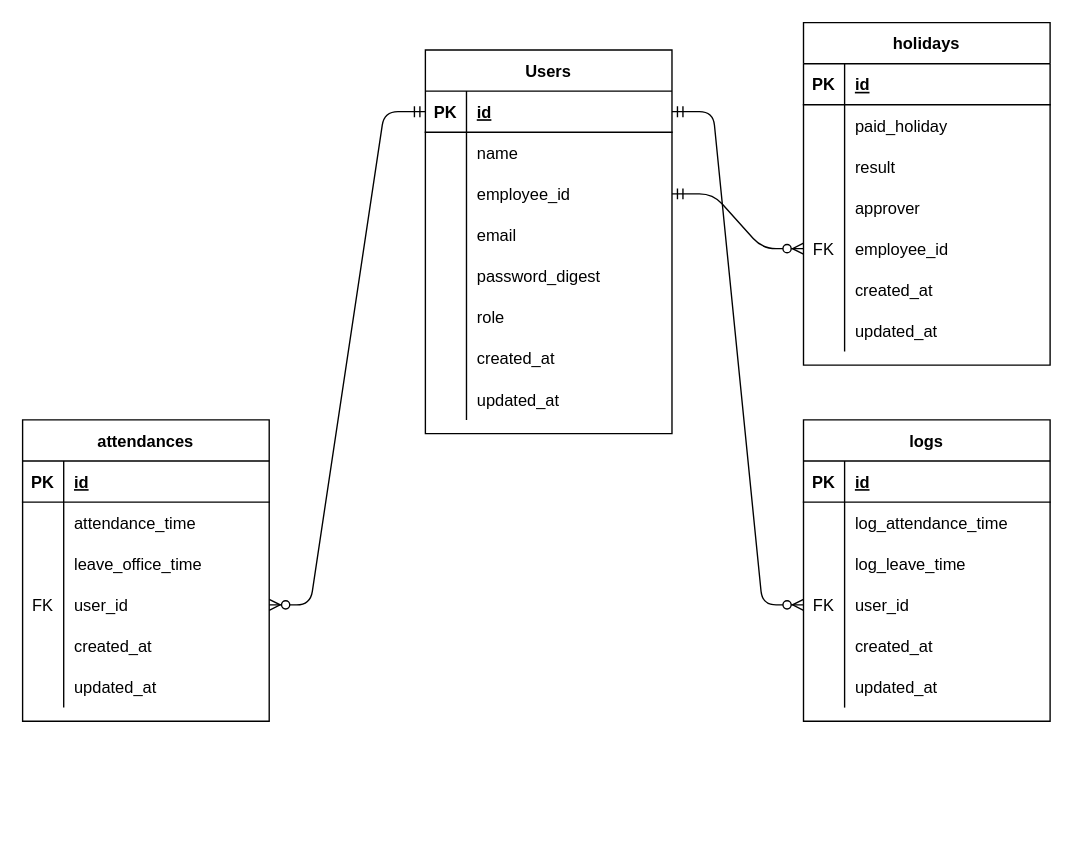
The draw.io diagram ER.drawio in ushimedia/catalog_task_2, before the edit. Source tidied: cells renumbered, new cells numbered last; positions are measured from the earlier drawing's top-left corner, leaving out a move shared by most shapes. Both pictures are drawn from the tidied source at 137%, with x=0, y=0 at pixel (22, 22).
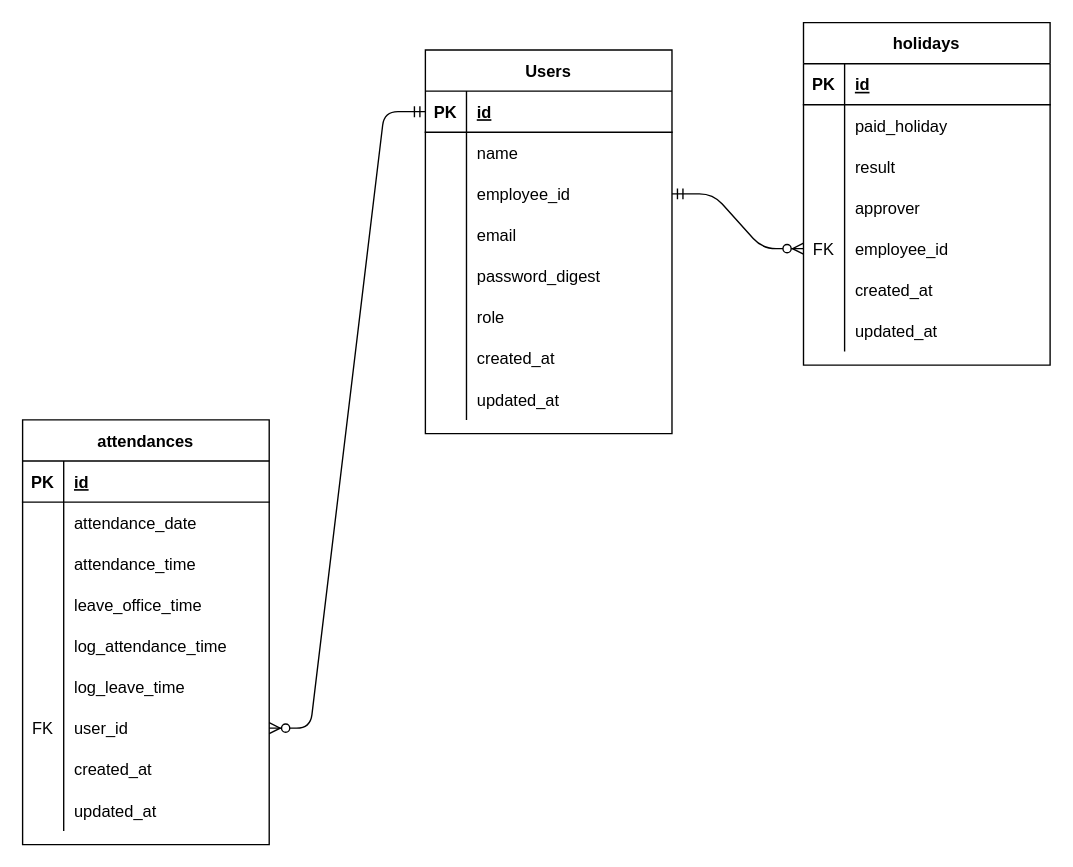
The same page after the edit.

The change refers to these unchanged cells:
```xml
<mxCell id="25" style="shape=partialRectangle;fillColor=none;top=0;left=0;bottom=0;right=0;" parent="21" vertex="1">
  <mxGeometry y="60" width="180" height="30" as="geometry" />
</mxCell>
<mxCell id="41" style="shape=partialRectangle;fillColor=none;top=0;left=0;bottom=1;right=0;points=[[0,0.5],[1,0.5]];portConstraint=eastwest;" parent="40" vertex="1">
  <mxGeometry y="30" width="180" height="30" as="geometry" />
</mxCell>
```

Change to the diagram source:
```diff
@@
-    <mxCell id="2" value="logs" style="shape=table;startSize=30;childLayout=tableLayout;rowLines=0;fontStyle=1;align=center;" parent="1" vertex="1">
-      <mxGeometry x="570" y="290" width="180" height="220" as="geometry" />
-    </mxCell>
-    <mxCell id="3" style="shape=partialRectangle;fillColor=none;top=0;left=0;bottom=1;right=0;" parent="2" vertex="1">
-      <mxGeometry y="30" width="180" height="30" as="geometry" />
-    </mxCell>
-    <mxCell id="4" value="PK" style="shape=partialRectangle;fillColor=none;top=0;left=0;bottom=0;right=0;fontStyle=1;overflow=hidden;" parent="3" vertex="1">
-      <mxGeometry width="30" height="30" as="geometry" />
-    </mxCell>
-    <mxCell id="5" value="id" style="shape=partialRectangle;fillColor=none;top=0;left=0;bottom=0;right=0;align=left;spacingLeft=6;fontStyle=5;overflow=hidden;" parent="3" vertex="1">
-      <mxGeometry x="30" width="150" height="30" as="geometry" />
-    </mxCell>
-    <mxCell id="6" style="shape=partialRectangle;fillColor=none;top=0;left=0;bottom=0;right=0;" parent="2" vertex="1">
-      <mxGeometry y="60" width="180" height="30" as="geometry" />
-    </mxCell>
-    <mxCell id="7" style="shape=partialRectangle;fillColor=none;top=0;left=0;bottom=0;right=0;overflow=hidden;" parent="6" vertex="1">
-      <mxGeometry width="30" height="30" as="geometry" />
-    </mxCell>
-    <mxCell id="8" value="log_attendance_time" style="shape=partialRectangle;fillColor=none;top=0;left=0;bottom=0;right=0;align=left;spacingLeft=6;overflow=hidden;" parent="6" vertex="1">
-      <mxGeometry x="30" width="150" height="30" as="geometry" />
-    </mxCell>
-    <mxCell id="9" style="shape=partialRectangle;fillColor=none;top=0;left=0;bottom=0;right=0;" parent="2" vertex="1">
-      <mxGeometry y="90" width="180" height="30" as="geometry" />
-    </mxCell>
-    <mxCell id="10" style="shape=partialRectangle;fillColor=none;top=0;left=0;bottom=0;right=0;overflow=hidden;" parent="9" vertex="1">
-      <mxGeometry width="30" height="30" as="geometry" />
-    </mxCell>
-    <mxCell id="11" value="log_leave_time" style="shape=partialRectangle;fillColor=none;top=0;left=0;bottom=0;right=0;align=left;spacingLeft=6;overflow=hidden;" parent="9" vertex="1">
-      <mxGeometry x="30" width="150" height="30" as="geometry" />
-    </mxCell>
-    <mxCell id="12" style="shape=partialRectangle;fillColor=none;top=0;left=0;bottom=0;right=0;points=[[0,0.5],[1,0.5]];portConstraint=eastwest;" parent="2" vertex="1">
-      <mxGeometry y="120" width="180" height="30" as="geometry" />
-    </mxCell>
-    <mxCell id="13" value="FK" style="shape=partialRectangle;fillColor=none;top=0;left=0;bottom=0;right=0;overflow=hidden;" parent="12" vertex="1">
-      <mxGeometry width="30" height="30" as="geometry" />
-    </mxCell>
-    <mxCell id="14" value="user_id" style="shape=partialRectangle;fillColor=none;top=0;left=0;bottom=0;right=0;align=left;spacingLeft=6;overflow=hidden;" parent="12" vertex="1">
-      <mxGeometry x="30" width="150" height="30" as="geometry" />
-    </mxCell>
-    <mxCell id="15" style="shape=partialRectangle;fillColor=none;top=0;left=0;bottom=0;right=0;" parent="2" vertex="1">
-      <mxGeometry y="150" width="180" height="30" as="geometry" />
-    </mxCell>
-    <mxCell id="16" style="shape=partialRectangle;fillColor=none;top=0;left=0;bottom=0;right=0;overflow=hidden;" parent="15" vertex="1">
-      <mxGeometry width="30" height="30" as="geometry" />
-    </mxCell>
-    <mxCell id="17" value="created_at" style="shape=partialRectangle;fillColor=none;top=0;left=0;bottom=0;right=0;align=left;spacingLeft=6;overflow=hidden;" parent="15" vertex="1">
-      <mxGeometry x="30" width="150" height="30" as="geometry" />
-    </mxCell>
-    <mxCell id="18" style="shape=partialRectangle;fillColor=none;top=0;left=0;bottom=0;right=0;" parent="2" vertex="1">
-      <mxGeometry y="180" width="180" height="30" as="geometry" />
-    </mxCell>
-    <mxCell id="19" style="shape=partialRectangle;fillColor=none;top=0;left=0;bottom=0;right=0;overflow=hidden;" parent="18" vertex="1">
-      <mxGeometry width="30" height="30" as="geometry" />
-    </mxCell>
-    <mxCell id="20" value="updated_at" style="shape=partialRectangle;fillColor=none;top=0;left=0;bottom=0;right=0;align=left;spacingLeft=6;overflow=hidden;" parent="18" vertex="1">
-      <mxGeometry x="30" width="150" height="30" as="geometry" />
-    </mxCell>
     <mxCell id="21" value="attendances" style="shape=table;startSize=30;childLayout=tableLayout;rowLines=0;fontStyle=1;align=center;" parent="1" vertex="1">
-      <mxGeometry y="290" width="180" height="220" as="geometry" />
+      <mxGeometry y="290" width="180" height="310" as="geometry" />
     </mxCell>
@@
-    <mxCell id="27" value="attendance_time" style="shape=partialRectangle;fillColor=none;top=0;left=0;bottom=0;right=0;align=left;spacingLeft=6;overflow=hidden;" parent="25" vertex="1">
+    <mxCell id="27" value="attendance_date" style="shape=partialRectangle;fillColor=none;top=0;left=0;bottom=0;right=0;align=left;spacingLeft=6;overflow=hidden;" parent="25" vertex="1">
       <mxGeometry x="30" width="150" height="30" as="geometry" />
     </mxCell>
+    <mxCell id="9" style="shape=partialRectangle;fillColor=none;top=0;left=0;bottom=0;right=0;" parent="21" vertex="1">
+      <mxGeometry y="90" width="180" height="30" as="geometry" />
+    </mxCell>
+    <mxCell id="90" style="shape=partialRectangle;fillColor=none;top=0;left=0;bottom=0;right=0;overflow=hidden;" parent="9" vertex="1">
+      <mxGeometry width="30" height="30" as="geometry" />
+    </mxCell>
+    <mxCell id="91" value="attendance_time" style="shape=partialRectangle;fillColor=none;top=0;left=0;bottom=0;right=0;align=left;spacingLeft=6;overflow=hidden;" parent="9" vertex="1">
+      <mxGeometry x="30" width="150" height="30" as="geometry" />
+    </mxCell>
+    <mxCell id="12" style="shape=partialRectangle;fillColor=none;top=0;left=0;bottom=0;right=0;points=[[0,0.5],[1,0.5]];portConstraint=eastwest;" parent="21" vertex="1">
+      <mxGeometry y="120" width="180" height="30" as="geometry" />
+    </mxCell>
+    <mxCell id="92" style="shape=partialRectangle;fillColor=none;top=0;left=0;bottom=0;right=0;overflow=hidden;" parent="12" vertex="1">
+      <mxGeometry width="30" height="30" as="geometry" />
+    </mxCell>
+    <mxCell id="93" value="leave_office_time" style="shape=partialRectangle;fillColor=none;top=0;left=0;bottom=0;right=0;align=left;spacingLeft=6;overflow=hidden;" parent="12" vertex="1">
+      <mxGeometry x="30" width="150" height="30" as="geometry" />
+    </mxCell>
     <mxCell id="28" style="shape=partialRectangle;fillColor=none;top=0;left=0;bottom=0;right=0;" parent="21" vertex="1">
-      <mxGeometry y="90" width="180" height="30" as="geometry" />
+      <mxGeometry y="150" width="180" height="30" as="geometry" />
     </mxCell>
@@
-    <mxCell id="30" value="leave_office_time" style="shape=partialRectangle;fillColor=none;top=0;left=0;bottom=0;right=0;align=left;spacingLeft=6;overflow=hidden;" parent="28" vertex="1">
+    <mxCell id="30" value="log_attendance_time" style="shape=partialRectangle;fillColor=none;top=0;left=0;bottom=0;right=0;align=left;spacingLeft=6;overflow=hidden;" parent="28" vertex="1">
       <mxGeometry x="30" width="150" height="30" as="geometry" />
     </mxCell>
+    <mxCell id="18" style="shape=partialRectangle;fillColor=none;top=0;left=0;bottom=0;right=0;" parent="21" vertex="1">
+      <mxGeometry y="180" width="180" height="30" as="geometry" />
+    </mxCell>
+    <mxCell id="94" style="shape=partialRectangle;fillColor=none;top=0;left=0;bottom=0;right=0;overflow=hidden;" parent="18" vertex="1">
+      <mxGeometry width="30" height="30" as="geometry" />
+    </mxCell>
+    <mxCell id="11" value="log_leave_time" style="shape=partialRectangle;fillColor=none;top=0;left=0;bottom=0;right=0;align=left;spacingLeft=6;overflow=hidden;" parent="18" vertex="1">
+      <mxGeometry x="30" width="150" height="30" as="geometry" />
+    </mxCell>
     <mxCell id="31" style="shape=partialRectangle;fillColor=none;top=0;left=0;bottom=0;right=0;points=[[0,0.5],[1,0.5]];portConstraint=eastwest;" parent="21" vertex="1">
-      <mxGeometry y="120" width="180" height="30" as="geometry" />
+      <mxGeometry y="210" width="180" height="30" as="geometry" />
     </mxCell>
@@
     <mxCell id="34" style="shape=partialRectangle;fillColor=none;top=0;left=0;bottom=0;right=0;" parent="21" vertex="1">
-      <mxGeometry y="150" width="180" height="30" as="geometry" />
+      <mxGeometry y="240" width="180" height="30" as="geometry" />
     </mxCell>
@@
     <mxCell id="37" style="shape=partialRectangle;fillColor=none;top=0;left=0;bottom=0;right=0;" parent="21" vertex="1">
-      <mxGeometry y="180" width="180" height="30" as="geometry" />
+      <mxGeometry y="270" width="180" height="30" as="geometry" />
     </mxCell>
@@
-    <mxCell id="65" style="edgeStyle=entityRelationEdgeStyle;fontSize=12;html=1;endArrow=ERzeroToMany;startArrow=ERmandOne;entryX=0;entryY=0.5;entryDx=0;entryDy=0;exitX=1;exitY=0.5;exitDx=0;exitDy=0;" parent="1" edge="1" source="41" target="12">
-      <mxGeometry relative="1" as="geometry" />
-    </mxCell>
```
